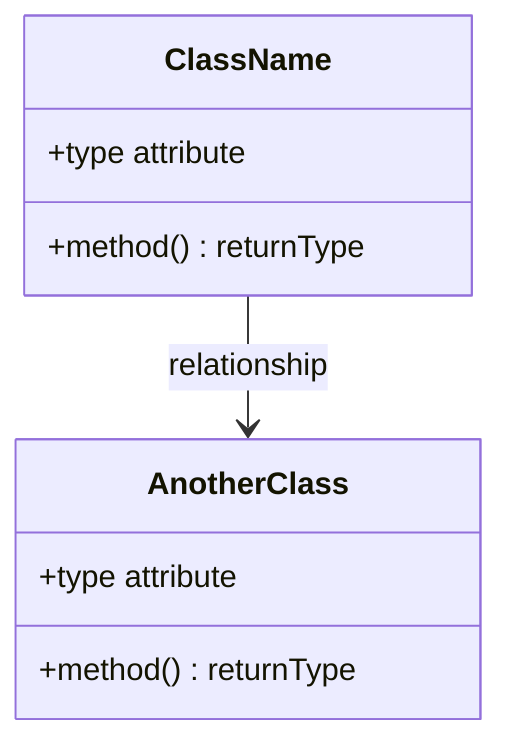
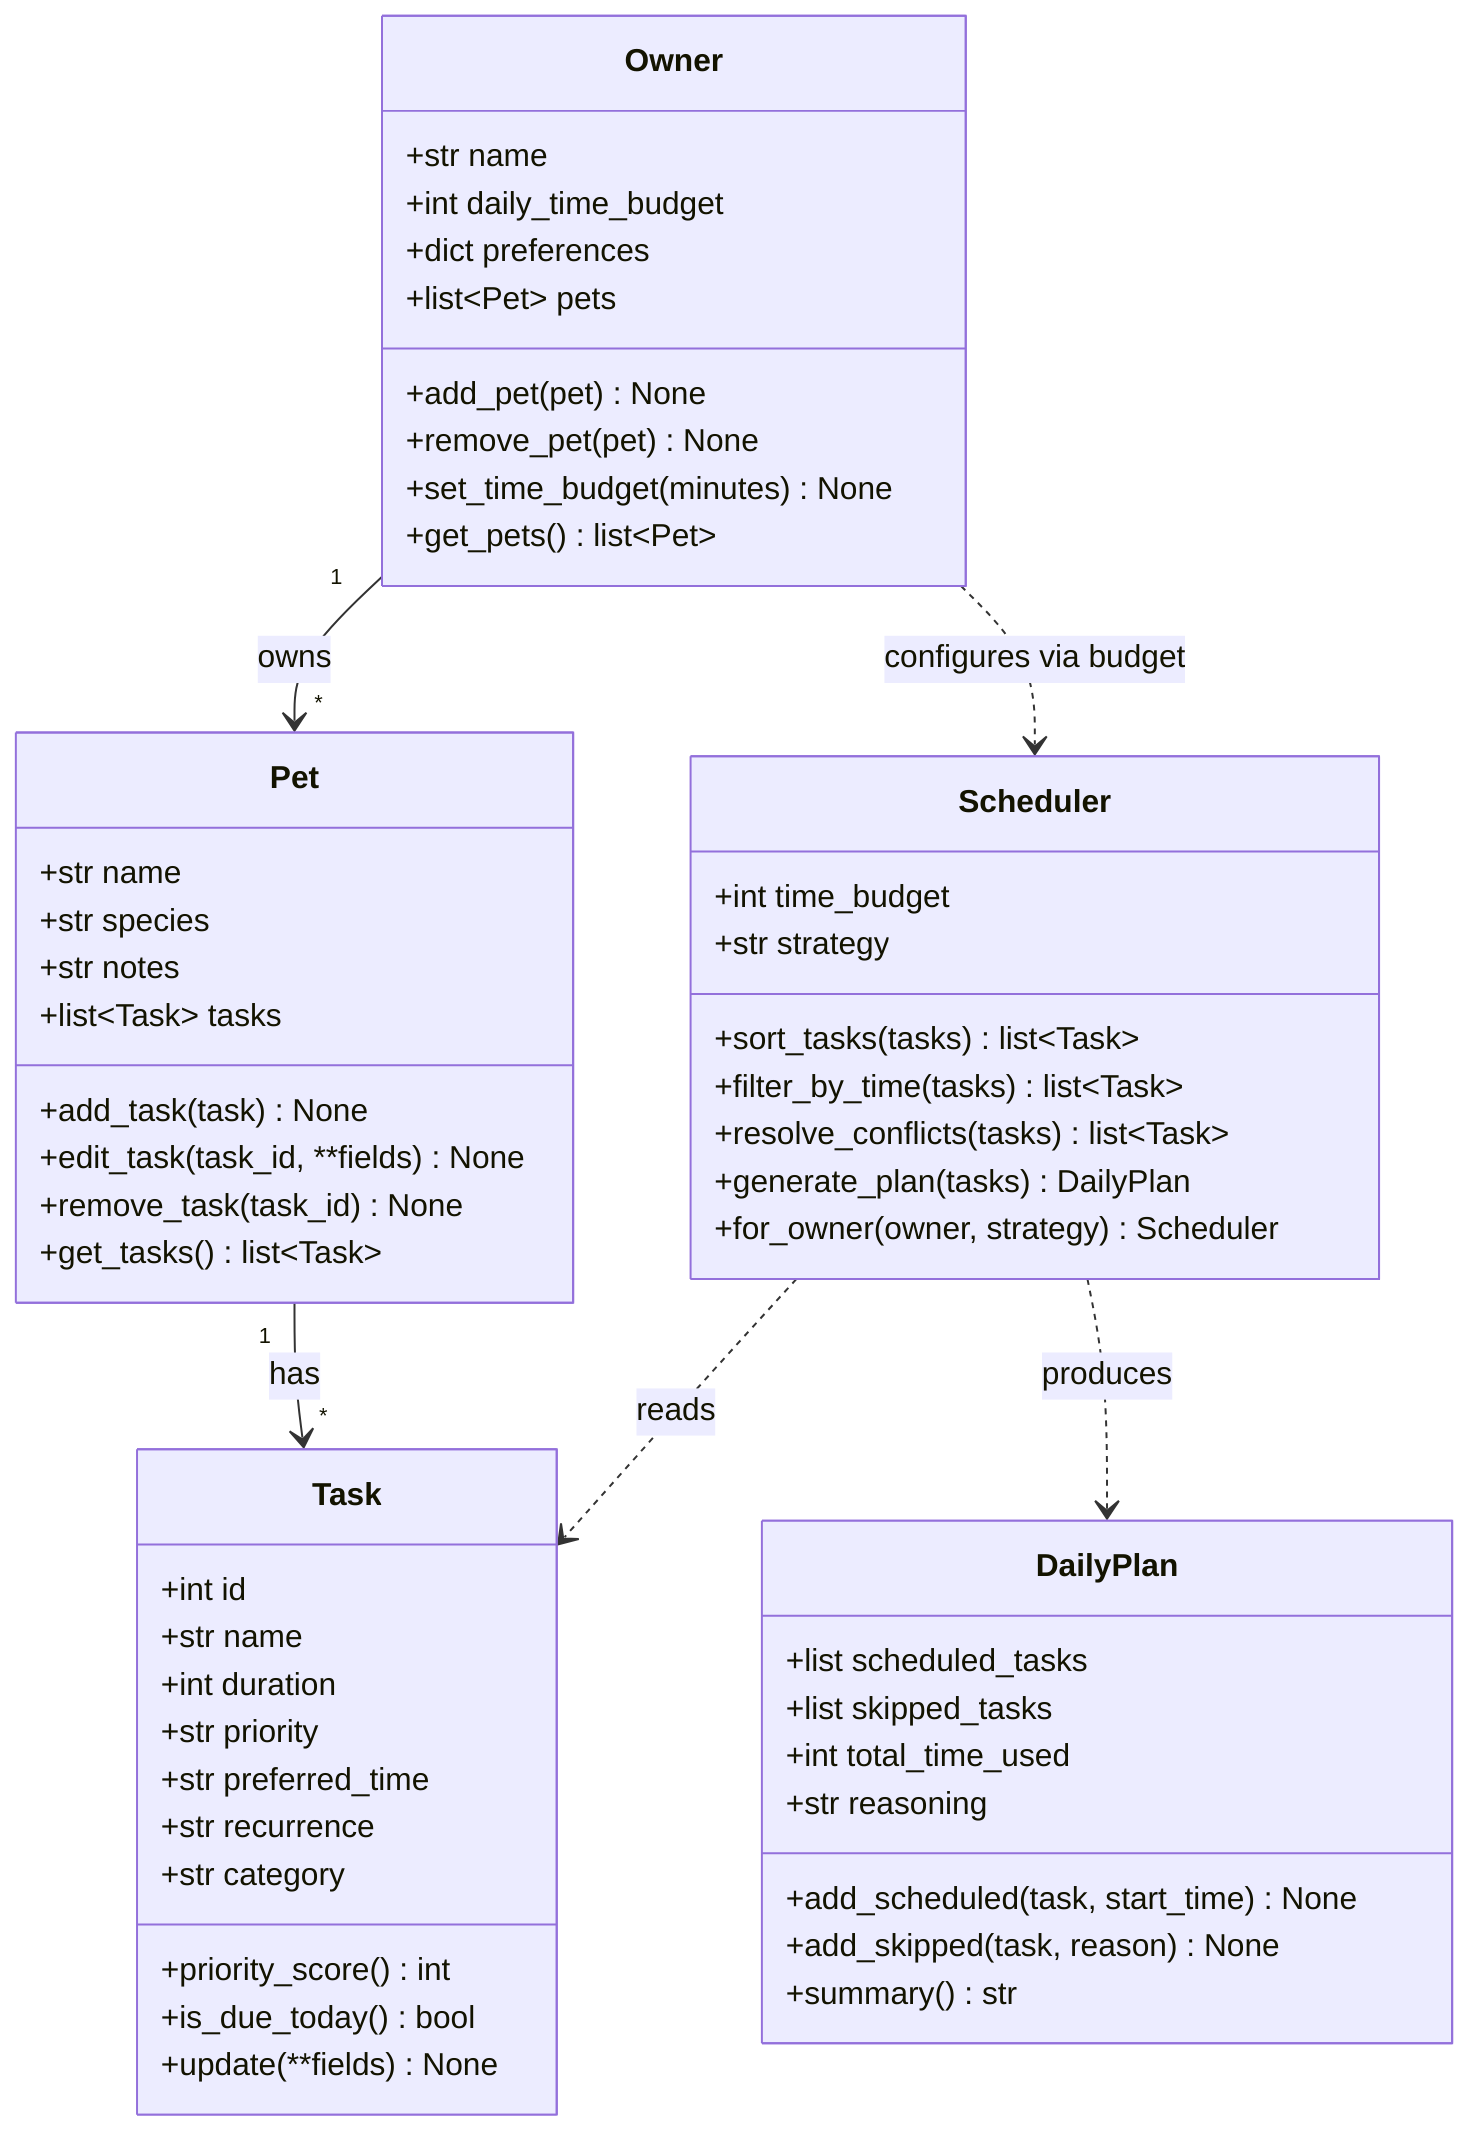
classDiagram
-     %% Replace the placeholders below with your actual classes, attributes, methods, and relationships.
-     %% Keep this file updated so it matches your final implementation.
+     %% PawPal+ draft UML — will be refined in Phase 6 to match the final implementation.

-     class ClassName {
-         +type attribute
-         +method() returnType
+     class Owner {
+         +str name
+         +int daily_time_budget
+         +dict preferences
+         +list~Pet~ pets
+         +add_pet(pet) None
+         +remove_pet(pet) None
+         +set_time_budget(minutes) None
+         +get_pets() list~Pet~
    }

-     class AnotherClass {
-         +type attribute
-         +method() returnType
+     class Pet {
+         +str name
+         +str species
+         +str notes
+         +list~Task~ tasks
+         +add_task(task) None
+         +edit_task(task_id, **fields) None
+         +remove_task(task_id) None
+         +get_tasks() list~Task~
    }

-     ClassName --> AnotherClass : relationship
+     class Task {
+         +int id
+         +str name
+         +int duration
+         +str priority
+         +str preferred_time
+         +str recurrence
+         +str category
+         +priority_score() int
+         +is_due_today() bool
+         +update(**fields) None
+     }
+ 
+     class Scheduler {
+         +int time_budget
+         +str strategy
+         +sort_tasks(tasks) list~Task~
+         +filter_by_time(tasks) list~Task~
+         +resolve_conflicts(tasks) list~Task~
+         +generate_plan(tasks) DailyPlan
+         +for_owner(owner, strategy) Scheduler
+     }
+ 
+     class DailyPlan {
+         +list scheduled_tasks
+         +list skipped_tasks
+         +int total_time_used
+         +str reasoning
+         +add_scheduled(task, start_time) None
+         +add_skipped(task, reason) None
+         +summary() str
+     }
+ 
+     Owner "1" --> "*" Pet : owns
+     Pet "1" --> "*" Task : has
+     Scheduler ..> Task : reads
+     Scheduler ..> DailyPlan : produces
+     Owner ..> Scheduler : configures via budget
